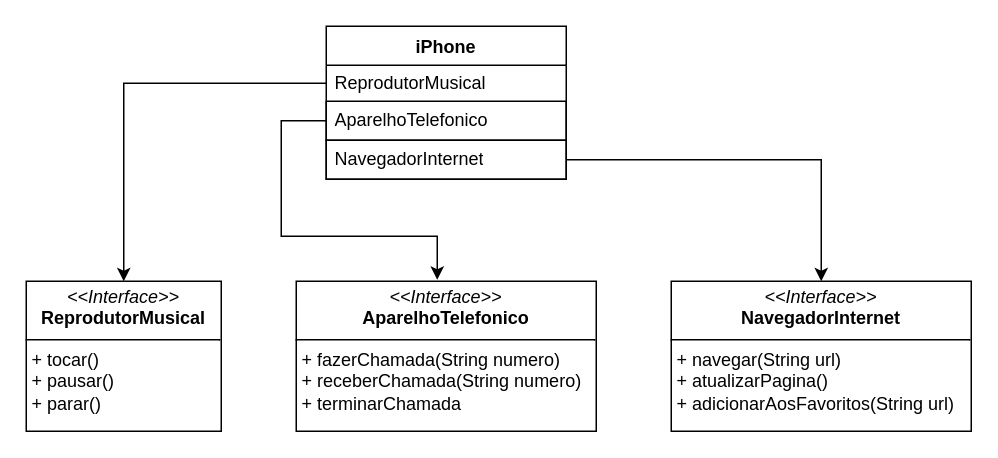
The draw.io diagram Desafio de Projeto/.uml/Desafio de Projeto.drawio in St4rkW0lf/DIO-JavaIA, before the edit. Source tidied: cells renumbered, new cells numbered last; positions are measured from the earlier drawing's top-left corner, leaving out a move shared by most shapes. Both pictures are drawn from the tidied source at 150%, with x=0, y=0 at pixel (26, 26).
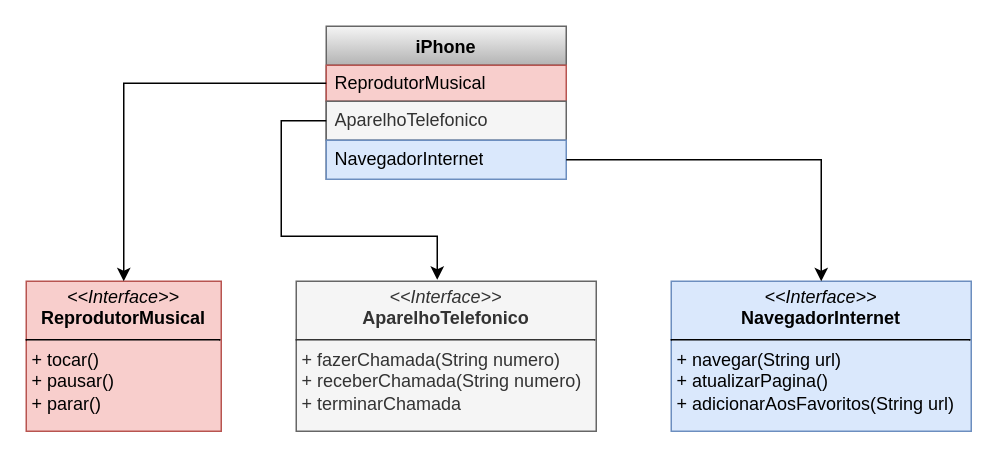
Above is the later version.

Commit message:
Desafio de Projeto - .uml ☕

Change to the diagram source:
```diff
@@
 <mxGraphModel>
   <root>
     <mxCell id="0" />
     <mxCell id="1" parent="0" />
-    <mxCell id="2" value="iPhone" style="swimlane;fontStyle=1;align=center;verticalAlign=top;horizontal=1;startSize=26;whiteSpace=wrap;html=1;" parent="1" vertex="1">
+    <mxCell id="2" value="iPhone" style="swimlane;fontStyle=1;align=center;verticalAlign=top;horizontal=1;startSize=26;whiteSpace=wrap;html=1;fillColor=#f5f5f5;strokeColor=#666666;gradientColor=#b3b3b3;" parent="1" vertex="1">
       <mxGeometry x="200" width="160" height="102" as="geometry" />
     </mxCell>
-    <mxCell id="3" value="ReprodutorMusical" style="text;strokeColor=none;fillColor=none;align=left;verticalAlign=middle;spacingLeft=4;spacingRight=4;overflow=hidden;points=[[0,0.5],[1,0.5]];portConstraint=eastwest;whiteSpace=wrap;html=1;" parent="2" vertex="1">
+    <mxCell id="3" value="ReprodutorMusical" style="text;strokeColor=#b85450;fillColor=#f8cecc;align=left;verticalAlign=middle;spacingLeft=4;spacingRight=4;overflow=hidden;points=[[0,0.5],[1,0.5]];portConstraint=eastwest;whiteSpace=wrap;html=1;" parent="2" vertex="1">
       <mxGeometry y="26" width="160" height="24" as="geometry" />
     </mxCell>
-    <mxCell id="4" value="AparelhoTelefonico" style="text;strokeColor=default;fillColor=none;align=left;verticalAlign=middle;spacingLeft=4;spacingRight=4;overflow=hidden;points=[[0,0.5],[1,0.5]];portConstraint=eastwest;whiteSpace=wrap;html=1;" parent="2" vertex="1">
+    <mxCell id="4" value="AparelhoTelefonico" style="text;strokeColor=#666666;fillColor=#f5f5f5;align=left;verticalAlign=middle;spacingLeft=4;spacingRight=4;overflow=hidden;points=[[0,0.5],[1,0.5]];portConstraint=eastwest;whiteSpace=wrap;html=1;fontColor=#333333;" parent="2" vertex="1">
       <mxGeometry y="50" width="160" height="26" as="geometry" />
     </mxCell>
-    <mxCell id="5" value="NavegadorInternet" style="text;strokeColor=default;fillColor=none;align=left;verticalAlign=middle;spacingLeft=4;spacingRight=4;overflow=hidden;points=[[0,0.5],[1,0.5]];portConstraint=eastwest;whiteSpace=wrap;html=1;" parent="2" vertex="1">
+    <mxCell id="5" value="NavegadorInternet" style="text;strokeColor=#6c8ebf;fillColor=#dae8fc;align=left;verticalAlign=middle;spacingLeft=4;spacingRight=4;overflow=hidden;points=[[0,0.5],[1,0.5]];portConstraint=eastwest;whiteSpace=wrap;html=1;" parent="2" vertex="1">
       <mxGeometry y="76" width="160" height="26" as="geometry" />
     </mxCell>
-    <mxCell id="6" value="&lt;p style=&quot;margin:0px;margin-top:4px;text-align:center;&quot;&gt;&lt;i&gt;&amp;lt;&amp;lt;Interface&amp;gt;&amp;gt;&lt;/i&gt;&lt;br&gt;&lt;b&gt;ReprodutorMusical&lt;/b&gt;&lt;br&gt;&lt;/p&gt;&lt;hr size=&quot;1&quot; style=&quot;border-style:solid;&quot;&gt;&lt;p style=&quot;margin:0px;margin-left:4px;&quot;&gt;&lt;/p&gt;&lt;p style=&quot;margin:0px;margin-left:4px;&quot;&gt;+ tocar()&lt;br&gt;+ pausar()&lt;/p&gt;&lt;p style=&quot;margin:0px;margin-left:4px;&quot;&gt;+ parar()&lt;/p&gt;" style="verticalAlign=top;align=left;overflow=fill;html=1;whiteSpace=wrap;" parent="1" vertex="1">
+    <mxCell id="6" value="&lt;p style=&quot;margin:0px;margin-top:4px;text-align:center;&quot;&gt;&lt;i&gt;&amp;lt;&amp;lt;Interface&amp;gt;&amp;gt;&lt;/i&gt;&lt;br&gt;&lt;b&gt;ReprodutorMusical&lt;/b&gt;&lt;br&gt;&lt;/p&gt;&lt;hr size=&quot;1&quot; style=&quot;border-style:solid;&quot;&gt;&lt;p style=&quot;margin:0px;margin-left:4px;&quot;&gt;&lt;/p&gt;&lt;p style=&quot;margin:0px;margin-left:4px;&quot;&gt;+ tocar()&lt;br&gt;+ pausar()&lt;/p&gt;&lt;p style=&quot;margin:0px;margin-left:4px;&quot;&gt;+ parar()&lt;/p&gt;" style="verticalAlign=top;align=left;overflow=fill;html=1;whiteSpace=wrap;fillColor=#f8cecc;strokeColor=#b85450;" parent="1" vertex="1">
       <mxGeometry y="170" width="130" height="100" as="geometry" />
     </mxCell>
-    <mxCell id="7" value="&lt;p style=&quot;margin:0px;margin-top:4px;text-align:center;&quot;&gt;&lt;i&gt;&amp;lt;&amp;lt;Interface&amp;gt;&amp;gt;&lt;/i&gt;&lt;br&gt;&lt;b&gt;AparelhoTelefonico&lt;/b&gt;&lt;br&gt;&lt;/p&gt;&lt;hr size=&quot;1&quot; style=&quot;border-style:solid;&quot;&gt;&lt;p style=&quot;margin:0px;margin-left:4px;&quot;&gt;&lt;/p&gt;&lt;p style=&quot;margin:0px;margin-left:4px;&quot;&gt;+ fazerChamada(String numero)&lt;br&gt;+ receberChamada(String numero)&lt;/p&gt;&lt;p style=&quot;margin:0px;margin-left:4px;&quot;&gt;+ terminarChamada&lt;/p&gt;" style="verticalAlign=top;align=left;overflow=fill;html=1;whiteSpace=wrap;" parent="1" vertex="1">
+    <mxCell id="7" value="&lt;p style=&quot;margin:0px;margin-top:4px;text-align:center;&quot;&gt;&lt;i&gt;&amp;lt;&amp;lt;Interface&amp;gt;&amp;gt;&lt;/i&gt;&lt;br&gt;&lt;b&gt;AparelhoTelefonico&lt;/b&gt;&lt;br&gt;&lt;/p&gt;&lt;hr size=&quot;1&quot; style=&quot;border-style:solid;&quot;&gt;&lt;p style=&quot;margin:0px;margin-left:4px;&quot;&gt;&lt;/p&gt;&lt;p style=&quot;margin:0px;margin-left:4px;&quot;&gt;+ fazerChamada(String numero)&lt;br&gt;+ receberChamada(String numero)&lt;/p&gt;&lt;p style=&quot;margin:0px;margin-left:4px;&quot;&gt;+ terminarChamada&lt;/p&gt;" style="verticalAlign=top;align=left;overflow=fill;html=1;whiteSpace=wrap;fillColor=#f5f5f5;strokeColor=#666666;fontColor=#333333;" parent="1" vertex="1">
       <mxGeometry x="180" y="170" width="200" height="100" as="geometry" />
     </mxCell>
-    <mxCell id="8" value="&lt;p style=&quot;margin:0px;margin-top:4px;text-align:center;&quot;&gt;&lt;i&gt;&amp;lt;&amp;lt;Interface&amp;gt;&amp;gt;&lt;/i&gt;&lt;br&gt;&lt;b&gt;NavegadorInternet&lt;/b&gt;&lt;br&gt;&lt;/p&gt;&lt;hr size=&quot;1&quot; style=&quot;border-style:solid;&quot;&gt;&lt;p style=&quot;margin:0px;margin-left:4px;&quot;&gt;&lt;/p&gt;&lt;p style=&quot;margin:0px;margin-left:4px;&quot;&gt;+ navegar(String url)&lt;br&gt;+ atualizarPagina()&lt;/p&gt;&lt;p style=&quot;margin:0px;margin-left:4px;&quot;&gt;+ adicionarAosFavoritos(String url)&lt;/p&gt;" style="verticalAlign=top;align=left;overflow=fill;html=1;whiteSpace=wrap;" parent="1" vertex="1">
+    <mxCell id="8" value="&lt;p style=&quot;margin:0px;margin-top:4px;text-align:center;&quot;&gt;&lt;i&gt;&amp;lt;&amp;lt;Interface&amp;gt;&amp;gt;&lt;/i&gt;&lt;br&gt;&lt;b&gt;NavegadorInternet&lt;/b&gt;&lt;br&gt;&lt;/p&gt;&lt;hr size=&quot;1&quot; style=&quot;border-style:solid;&quot;&gt;&lt;p style=&quot;margin:0px;margin-left:4px;&quot;&gt;&lt;/p&gt;&lt;p style=&quot;margin:0px;margin-left:4px;&quot;&gt;+ navegar(String url)&lt;br&gt;+ atualizarPagina()&lt;/p&gt;&lt;p style=&quot;margin:0px;margin-left:4px;&quot;&gt;+ adicionarAosFavoritos(String url)&lt;/p&gt;" style="verticalAlign=top;align=left;overflow=fill;html=1;whiteSpace=wrap;fillColor=#dae8fc;strokeColor=#6c8ebf;" parent="1" vertex="1">
       <mxGeometry x="430" y="170" width="200" height="100" as="geometry" />
     </mxCell>
     <mxCell id="9" style="edgeStyle=orthogonalEdgeStyle;rounded=0;jettySize=auto;html=1;entryX=0.5;entryY=0;entryDx=0;entryDy=0;exitX=0;exitY=0.5;exitDx=0;exitDy=0;" parent="1" edge="1" source="3" target="6">
       <mxGeometry relative="1" as="geometry" />
     </mxCell>
     <mxCell id="10" style="edgeStyle=orthogonalEdgeStyle;rounded=0;jettySize=auto;html=1;entryX=0.5;entryY=0;entryDx=0;entryDy=0;" parent="1" edge="1" source="5" target="8">
       <mxGeometry relative="1" as="geometry" />
     </mxCell>
     <mxCell id="11" style="edgeStyle=orthogonalEdgeStyle;rounded=0;jettySize=auto;html=1;entryX=0.47;entryY=-0.01;entryDx=0;entryDy=0;entryPerimeter=0;exitX=0;exitY=0.5;exitDx=0;exitDy=0;" parent="1" edge="1" source="4" target="7">
       <mxGeometry relative="1" as="geometry">
         <Array as="points">
           <mxPoint x="170" y="63" />
           <mxPoint x="170" y="140" />
           <mxPoint x="274" y="140" />
         </Array>
       </mxGeometry>
     </mxCell>
   </root>
 </mxGraphModel>
```
